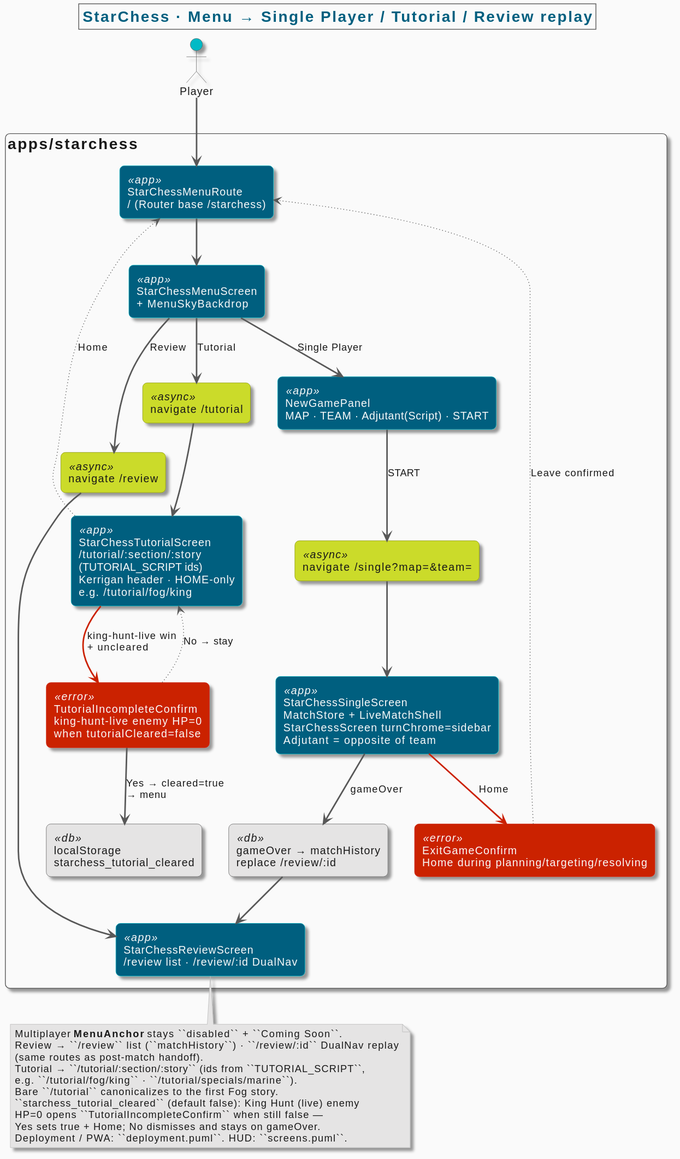
proveo-ca/chess-coach keeps this PlantUML diagram as _spec/apps/starchess/menu-flow.svg. Above is the earlier version.
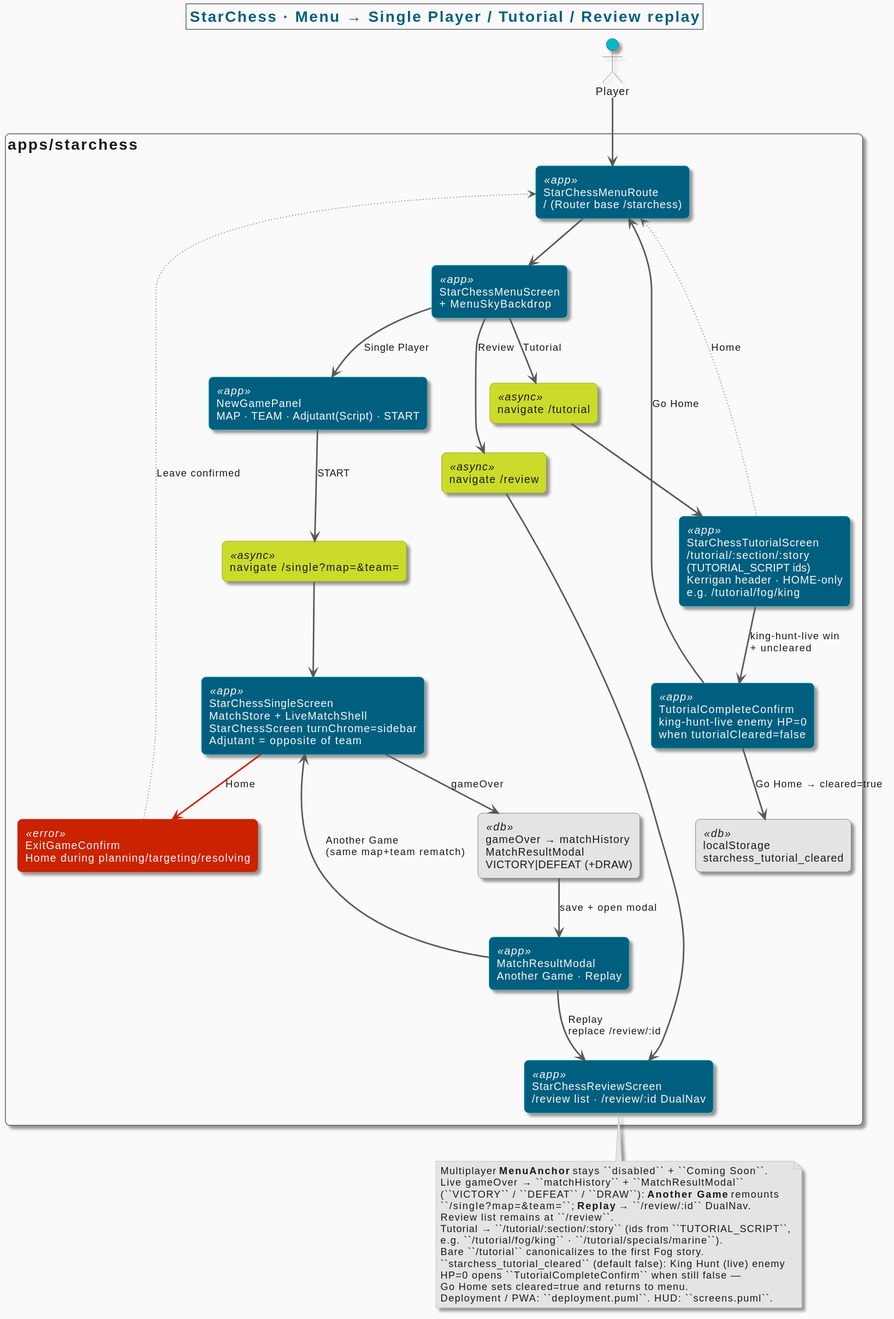
Later version of the same file.

The edit, as a diff of the source:
```diff
@@ -17,10 +17,11 @@
   component "navigate /review" as NAVR <<async>>
   component "StarChessSingleScreen\nMatchStore + LiveMatchShell\nStarChessScreen turnChrome=sidebar\nAdjutant = opposite of team" as LIVE <<app>>
   component "StarChessTutorialScreen\n/tutorial/:section/:story\n(TUTORIAL_SCRIPT ids)\nKerrigan header · HOME-only\ne.g. /tutorial/fog/king" as TUT <<app>>
-  component "TutorialIncompleteConfirm\nking-hunt-live enemy HP=0\nwhen tutorialCleared=false" as TUTWARN <<error>>
+  component "TutorialCompleteConfirm\nking-hunt-live enemy HP=0\nwhen tutorialCleared=false" as TUTDONE <<app>>
   component "localStorage\nstarchess_tutorial_cleared" as TUTFLAG <<db>>
   component "ExitGameConfirm\nHome during planning/targeting/resolving" as EXIT <<error>>
-  component "gameOver → matchHistory\nreplace /review/:id" as END <<db>>
+  component "gameOver → matchHistory\nMatchResultModal\nVICTORY|DEFEAT (+DRAW)" as END <<db>>
+  component "MatchResultModal\nAnother Game · Replay" as RESULT <<app>>
   component "StarChessReviewScreen\n/review list · /review/:id DualNav" as REV <<app>>
 }
 
@@ -36,22 +37,26 @@
 LIVE ARROW_ERROR EXIT : Home
 EXIT ARROW_OPTIONAL MENU : Leave confirmed
 TUT ARROW_OPTIONAL MENU : Home
-TUT ARROW_ERROR TUTWARN : king-hunt-live win\n+ uncleared
-TUTWARN ARROW_MAIN TUTFLAG : Yes → cleared=true\n→ menu
-TUTWARN ARROW_OPTIONAL TUT : No → stay
+TUT ARROW_MAIN TUTDONE : king-hunt-live win\n+ uncleared
+TUTDONE ARROW_MAIN TUTFLAG : Go Home → cleared=true
+TUTDONE ARROW_MAIN MENU : Go Home
 LIVE ARROW_MAIN END : gameOver
-END ARROW_MAIN REV
+END ARROW_MAIN RESULT : save + open modal
+RESULT ARROW_MAIN LIVE : Another Game\n(same map+team rematch)
+RESULT ARROW_MAIN REV : Replay\nreplace /review/:id
 
 note bottom
   Multiplayer **MenuAnchor** stays ``disabled`` + ``Coming Soon``.
-  Review → ``/review`` list (``matchHistory``) · ``/review/:id`` DualNav replay
-  (same routes as post-match handoff).
+  Live gameOver → ``matchHistory`` + ``MatchResultModal``
+  (``VICTORY`` / ``DEFEAT`` / ``DRAW``): **Another Game** remounts
+  ``/single?map=&team=``; **Replay** → ``/review/:id`` DualNav.
+  Review list remains at ``/review``.
   Tutorial → ``/tutorial/:section/:story`` (ids from ``TUTORIAL_SCRIPT``,
   e.g. ``/tutorial/fog/king`` · ``/tutorial/specials/marine``).
   Bare ``/tutorial`` canonicalizes to the first Fog story.
   ``starchess_tutorial_cleared`` (default false): King Hunt (live) enemy
-  HP=0 opens ``TutorialIncompleteConfirm`` when still false —
-  Yes sets true + Home; No dismisses and stays on gameOver.
+  HP=0 opens ``TutorialCompleteConfirm`` when still false —
+  Go Home sets cleared=true and returns to menu.
   Deployment / PWA: ``deployment.puml``. HUD: ``screens.puml``.
 end note
 @enduml
```
